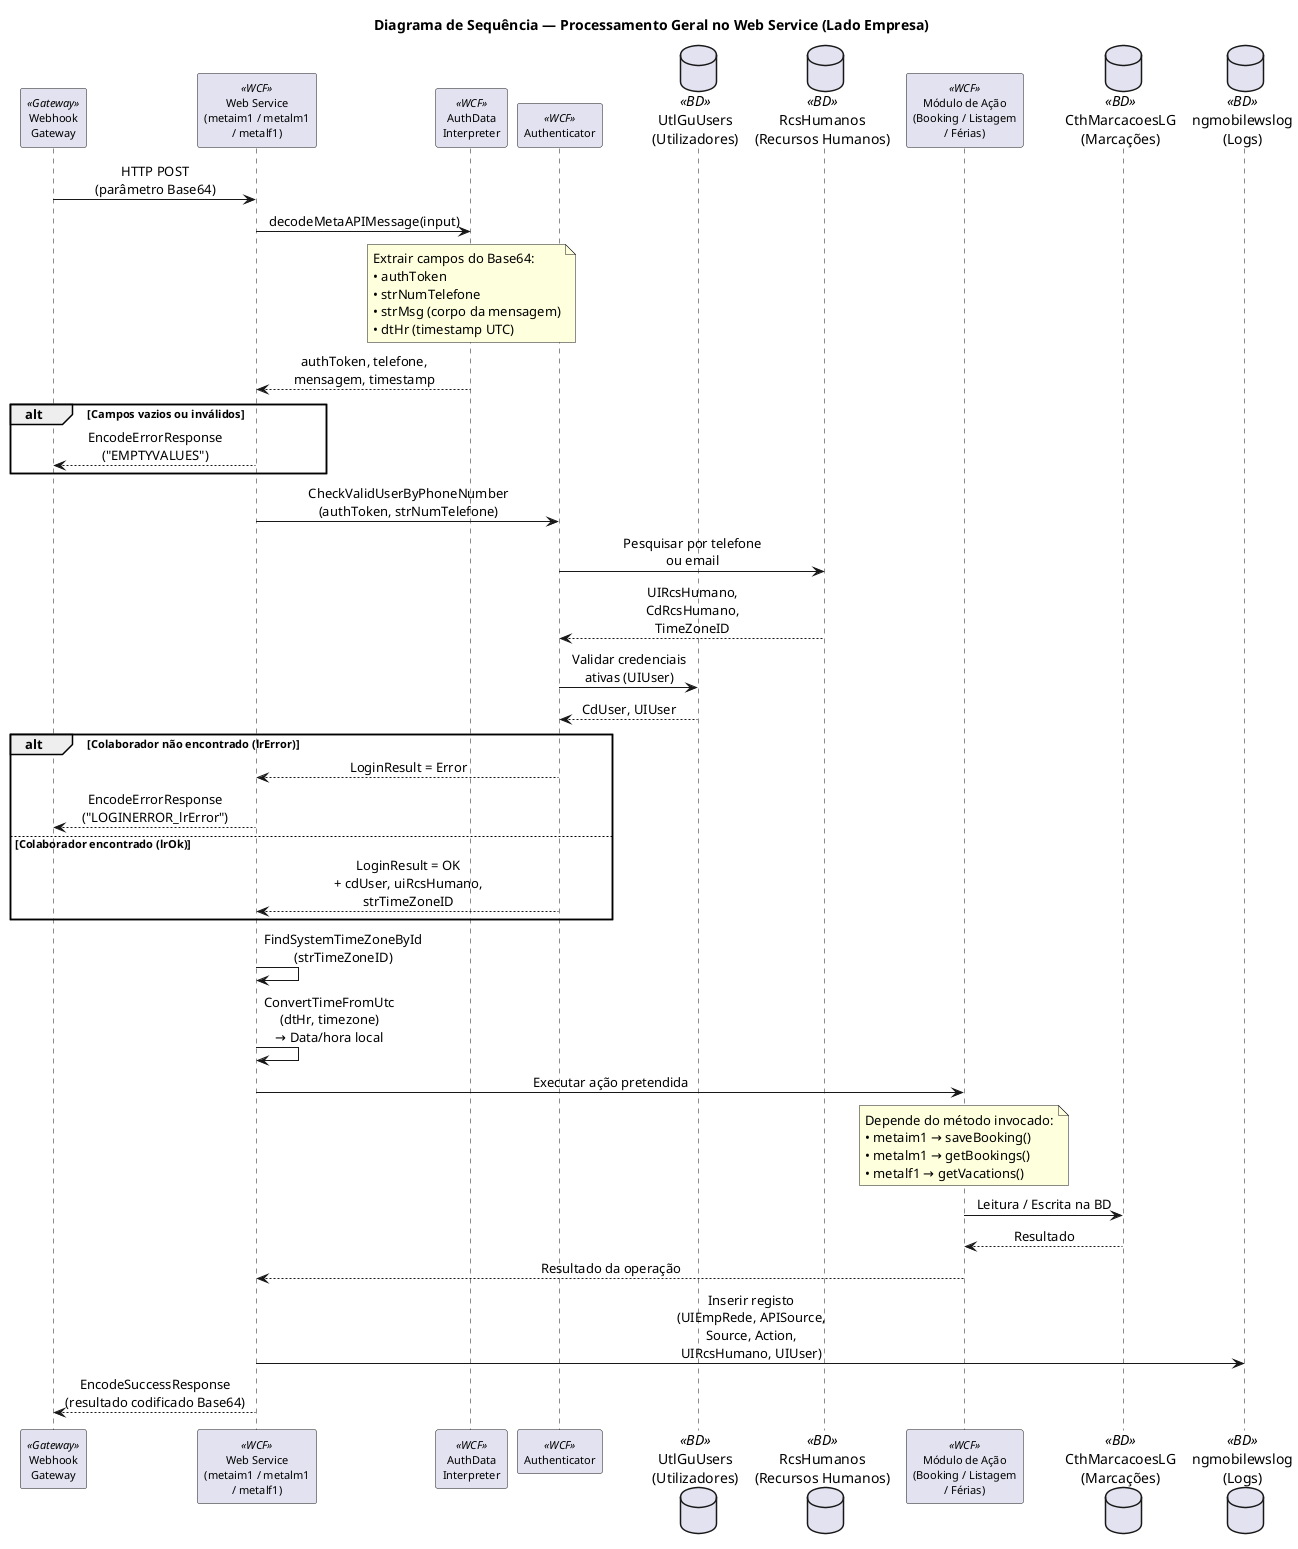
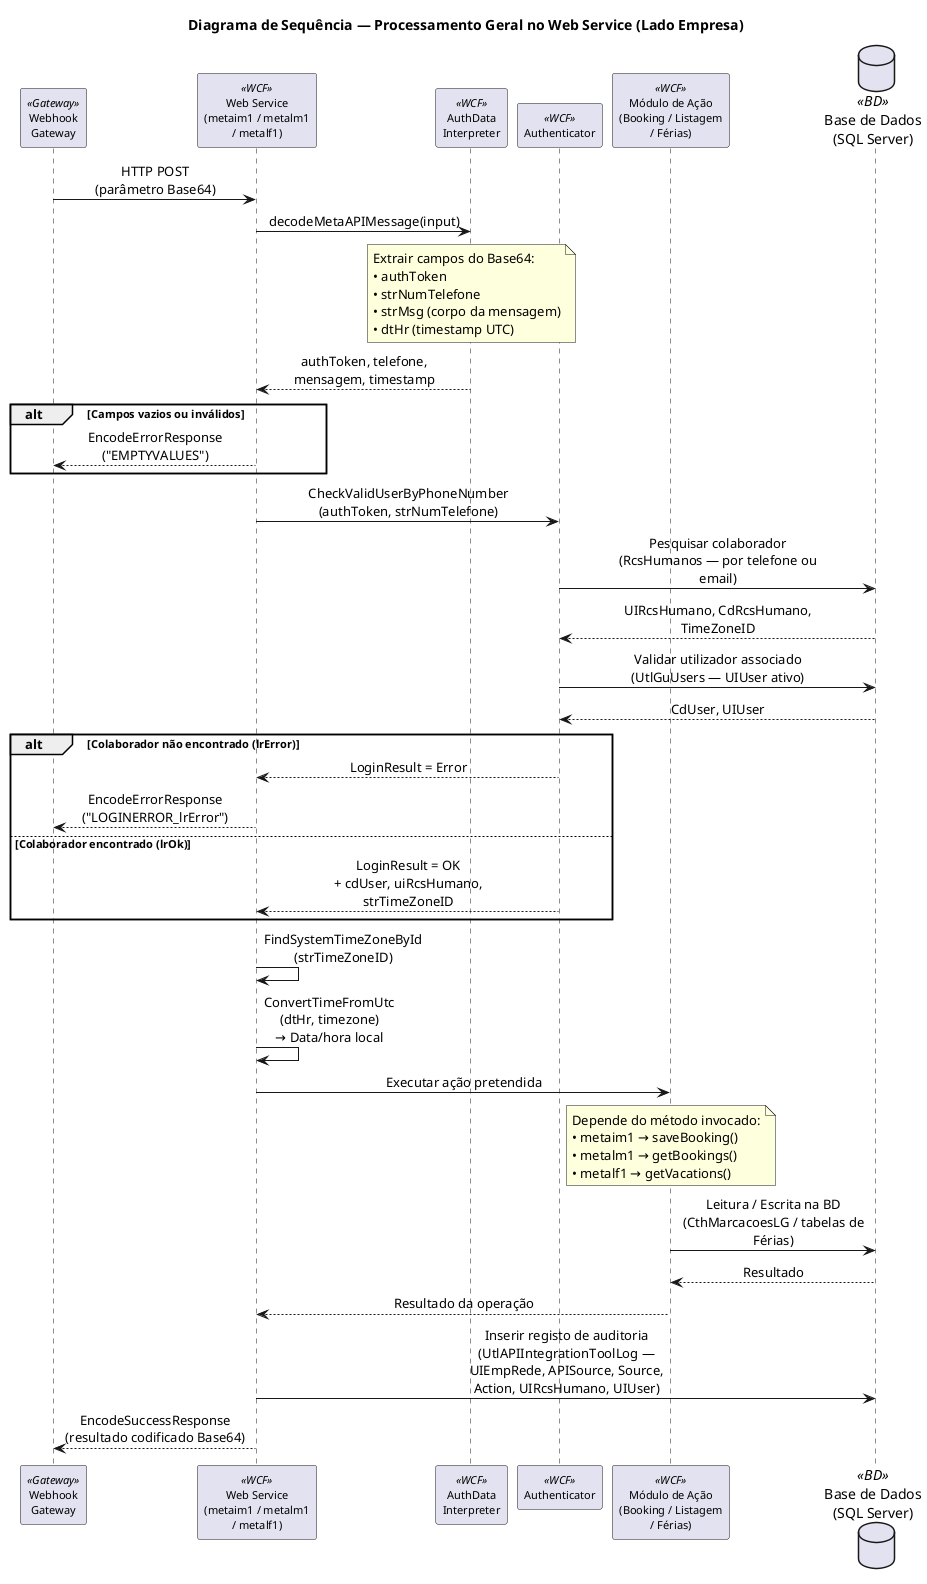
@startuml sequencia_processamento_erp
skinparam backgroundColor #FFFFFF
skinparam shadowing false
skinparam defaultFontName "Segoe UI"
skinparam sequenceMessageAlign center
skinparam maxMessageSize 220
skinparam sequenceParticipantFontSize 11
skinparam sequenceMessageFontSize 11

title Diagrama de Sequência — Processamento Geral no Web Service (Lado Empresa)

participant "Webhook\nGateway" as gw <<Gateway>>
participant "Web Service\n(metaim1 / metalm1\n/ metalf1)" as ws <<WCF>>
participant "AuthData\nInterpreter" as decoder <<WCF>>
participant "Authenticator" as auth <<WCF>>
- database "UtlGuUsers\n(Utilizadores)" as usr <<BD>>
- database "RcsHumanos\n(Recursos Humanos)" as rh <<BD>>
participant "Módulo de Ação\n(Booking / Listagem\n/ Férias)" as action <<WCF>>
- database "CthMarcacoesLG\n(Marcações)" as mrc <<BD>>
- database "ngmobilewslog\n(Logs)" as logs <<BD>>
+ database "Base de Dados\n(SQL Server)" as db <<BD>>

' ─── Fluxo de Processamento ───────────────────────────────

gw -> ws : HTTP POST\n(parâmetro Base64)

ws -> decoder : decodeMetaAPIMessage(input)

note over decoder
  Extrair campos do Base64:
  • authToken
  • strNumTelefone
  • strMsg (corpo da mensagem)
  • dtHr (timestamp UTC)
end note

decoder --> ws : authToken, telefone,\nmensagem, timestamp

' ─── Validação de Campos ─────────────────────────────────

alt Campos vazios ou inválidos
    ws --> gw : EncodeErrorResponse\n("EMPTYVALUES")
end

' ─── Resolução de Identidade ─────────────────────────────

ws -> auth : CheckValidUserByPhoneNumber\n(authToken, strNumTelefone)

- auth -> rh : Pesquisar por telefone\nou email
- rh --> auth : UIRcsHumano,\nCdRcsHumano,\nTimeZoneID
+ auth -> db : Pesquisar colaborador\n(RcsHumanos — por telefone ou email)
+ db --> auth : UIRcsHumano, CdRcsHumano, TimeZoneID

- auth -> usr : Validar credenciais\nativas (UIUser)
- usr --> auth : CdUser, UIUser
+ auth -> db : Validar utilizador associado\n(UtlGuUsers — UIUser ativo)
+ db --> auth : CdUser, UIUser

alt Colaborador não encontrado (lrError)
    auth --> ws : LoginResult = Error
    ws --> gw : EncodeErrorResponse\n("LOGINERROR_lrError")
else Colaborador encontrado (lrOk)
    auth --> ws : LoginResult = OK\n+ cdUser, uiRcsHumano,\nstrTimeZoneID
end

' ─── Conversão de Fuso Horário ────────────────────────────

ws -> ws : FindSystemTimeZoneById\n(strTimeZoneID)
ws -> ws : ConvertTimeFromUtc\n(dtHr, timezone)\n→ Data/hora local

' ─── Execução da Ação Específica ──────────────────────────

ws -> action : Executar ação pretendida

note over action
  Depende do método invocado:
  • metaim1 → saveBooking()
  • metalm1 → getBookings()
  • metalf1 → getVacations()
end note

- action -> mrc : Leitura / Escrita na BD
- mrc --> action : Resultado
+ action -> db : Leitura / Escrita na BD\n(CthMarcacoesLG / tabelas de Férias)
+ db --> action : Resultado

action --> ws : Resultado da operação

' ─── Registo de Log ───────────────────────────────────────

- ws -> logs : Inserir registo\n(UIEmpRede, APISource,\nSource, Action,\nUIRcsHumano, UIUser)
+ ws -> db : Inserir registo de auditoria\n(UtlAPIIntegrationToolLog —\nUIEmpRede, APISource, Source,\nAction, UIRcsHumano, UIUser)

' ─── Resposta ao Gateway ─────────────────────────────────

ws --> gw : EncodeSuccessResponse\n(resultado codificado Base64)

@enduml
